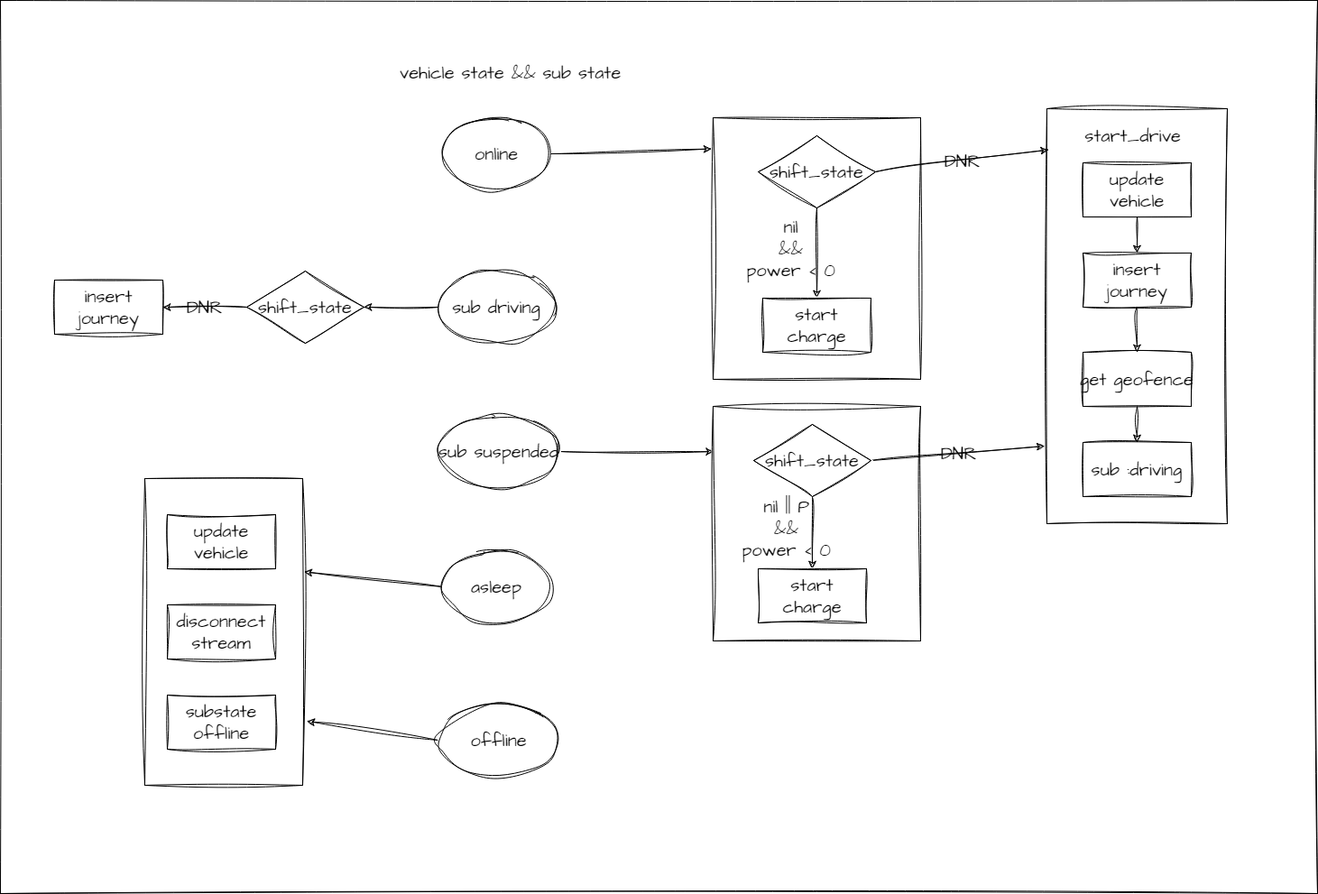
Earlier version of the draw.io export doc/images/drive.drawio.png (futugyou/TeslaProject). Source tidied: cells renumbered, new cells last; positions are measured from the earlier drawing's top-left corner, leaving out a move shared by most shapes.
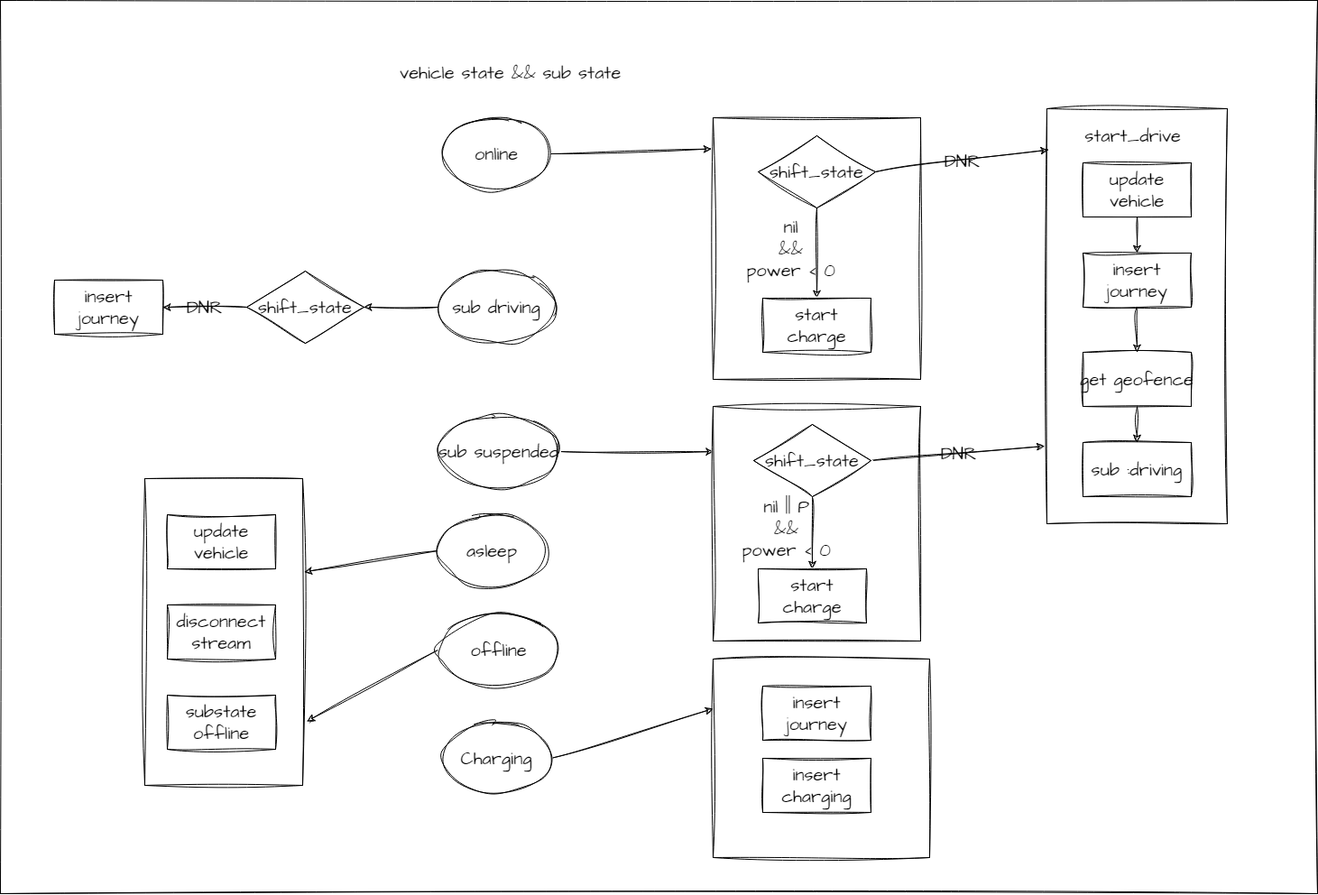
The same diagram one commit later.

The edit, as a diff of the source:
```diff
@@ -105,7 +105,7 @@
       <mxGeometry relative="1" as="geometry" />
     </mxCell>
     <mxCell id="36" value="asleep" style="ellipse;whiteSpace=wrap;html=1;sketch=1;hachureGap=4;jiggle=2;curveFitting=1;fontFamily=Architects Daughter;fontSource=https%3A%2F%2Ffonts.googleapis.com%2Fcss%3Ffamily%3DArchitects%2BDaughter;fontSize=20;" parent="1" vertex="1">
-      <mxGeometry x="490" y="610" width="120" height="80" as="geometry" />
+      <mxGeometry x="485" y="570" width="120" height="80" as="geometry" />
     </mxCell>
     <mxCell id="37" value="update vehicle" style="whiteSpace=wrap;html=1;sketch=1;hachureGap=4;jiggle=2;curveFitting=1;fontFamily=Architects Daughter;fontSource=https%3A%2F%2Ffonts.googleapis.com%2Fcss%3Ffamily%3DArchitects%2BDaughter;fontSize=20;" parent="1" vertex="1">
       <mxGeometry x="185" y="570" width="120" height="60" as="geometry" />
@@ -117,10 +117,25 @@
       <mxGeometry relative="1" as="geometry" />
     </mxCell>
     <mxCell id="40" value="offline" style="ellipse;whiteSpace=wrap;html=1;sketch=1;hachureGap=4;jiggle=2;curveFitting=1;fontFamily=Architects Daughter;fontSource=https%3A%2F%2Ffonts.googleapis.com%2Fcss%3Ffamily%3DArchitects%2BDaughter;fontSize=20;" parent="1" vertex="1">
-      <mxGeometry x="485" y="780" width="135" height="80" as="geometry" />
+      <mxGeometry x="485" y="680" width="135" height="80" as="geometry" />
     </mxCell>
     <mxCell id="41" value="substate&lt;br&gt;offline" style="whiteSpace=wrap;html=1;sketch=1;hachureGap=4;jiggle=2;curveFitting=1;fontFamily=Architects Daughter;fontSource=https%3A%2F%2Ffonts.googleapis.com%2Fcss%3Ffamily%3DArchitects%2BDaughter;fontSize=20;" parent="1" vertex="1">
       <mxGeometry x="185" y="770" width="120" height="60" as="geometry" />
     </mxCell>
+    <mxCell id="42" style="edgeStyle=none;sketch=1;hachureGap=4;jiggle=2;curveFitting=1;html=1;exitX=1;exitY=0.5;exitDx=0;exitDy=0;entryX=0;entryY=0.25;entryDx=0;entryDy=0;labelBackgroundColor=none;fontFamily=Architects Daughter;fontSource=https%3A%2F%2Ffonts.googleapis.com%2Fcss%3Ffamily%3DArchitects%2BDaughter;fontSize=16;" parent="1" edge="1" source="43" target="44">
+      <mxGeometry relative="1" as="geometry" />
+    </mxCell>
+    <mxCell id="43" value="Charging" style="ellipse;whiteSpace=wrap;html=1;sketch=1;hachureGap=4;jiggle=2;curveFitting=1;fontFamily=Architects Daughter;fontSource=https%3A%2F%2Ffonts.googleapis.com%2Fcss%3Ffamily%3DArchitects%2BDaughter;fontSize=20;" parent="1" vertex="1">
+      <mxGeometry x="490" y="800" width="120" height="80" as="geometry" />
+    </mxCell>
+    <mxCell id="44" style="whiteSpace=wrap;html=1;sketch=1;hachureGap=4;jiggle=2;curveFitting=1;fontFamily=Architects Daughter;fontSource=https%3A%2F%2Ffonts.googleapis.com%2Fcss%3Ffamily%3DArchitects%2BDaughter;fontSize=20;" parent="1" vertex="1">
+      <mxGeometry x="790" y="730" width="240" height="220" as="geometry" />
+    </mxCell>
+    <mxCell id="45" value="insert&lt;br&gt;journey" style="whiteSpace=wrap;html=1;sketch=1;hachureGap=4;jiggle=2;curveFitting=1;fontFamily=Architects Daughter;fontSource=https%3A%2F%2Ffonts.googleapis.com%2Fcss%3Ffamily%3DArchitects%2BDaughter;fontSize=20;" parent="1" vertex="1">
+      <mxGeometry x="845" y="760" width="120" height="60" as="geometry" />
+    </mxCell>
+    <mxCell id="46" value="insert&lt;br&gt;charging" style="whiteSpace=wrap;html=1;sketch=1;hachureGap=4;jiggle=2;curveFitting=1;fontFamily=Architects Daughter;fontSource=https%3A%2F%2Ffonts.googleapis.com%2Fcss%3Ffamily%3DArchitects%2BDaughter;fontSize=20;" parent="1" vertex="1">
+      <mxGeometry x="845" y="840" width="120" height="60" as="geometry" />
+    </mxCell>
   </root>
 </mxGraphModel>
```
